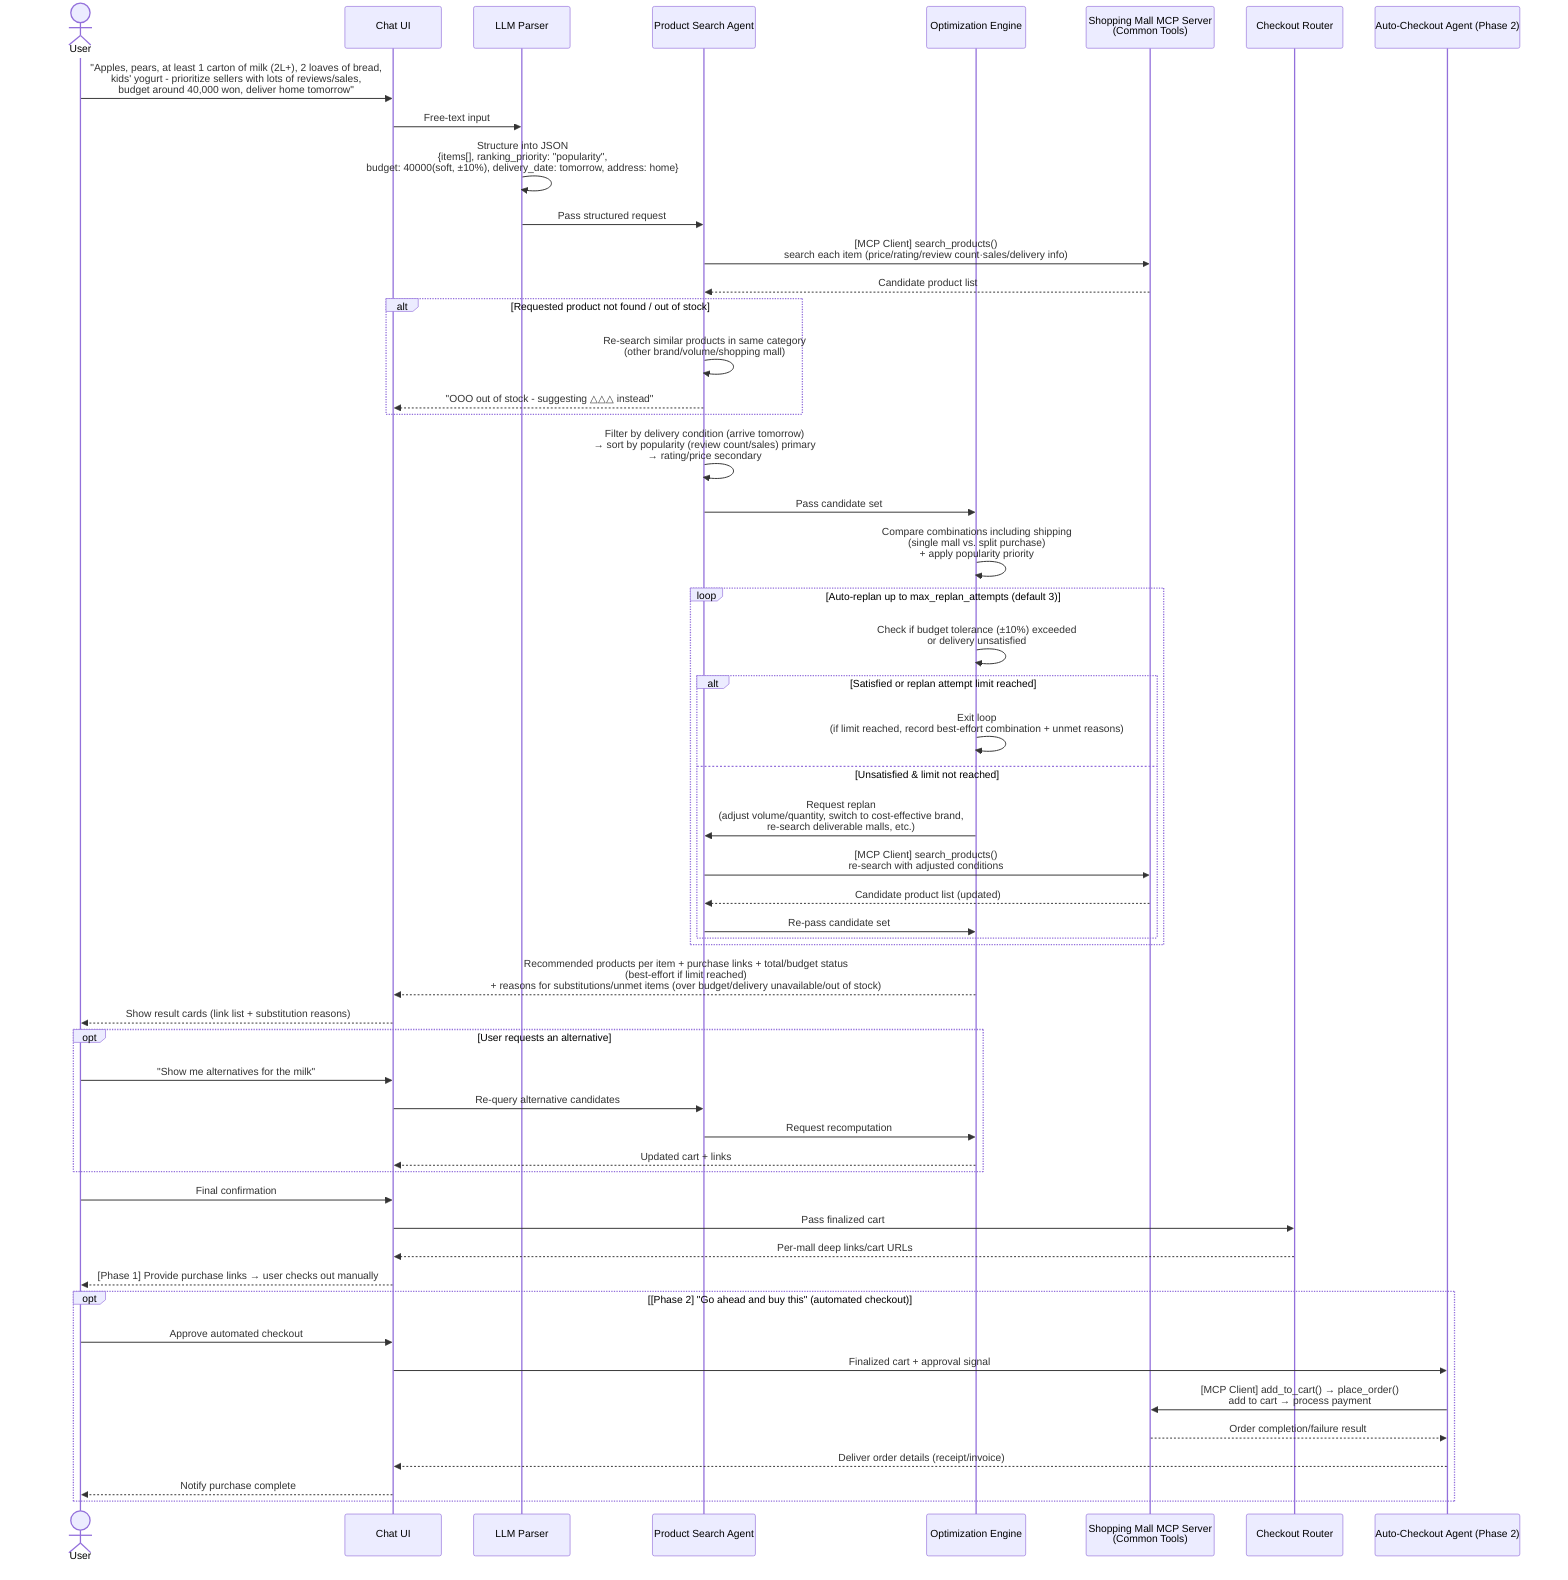
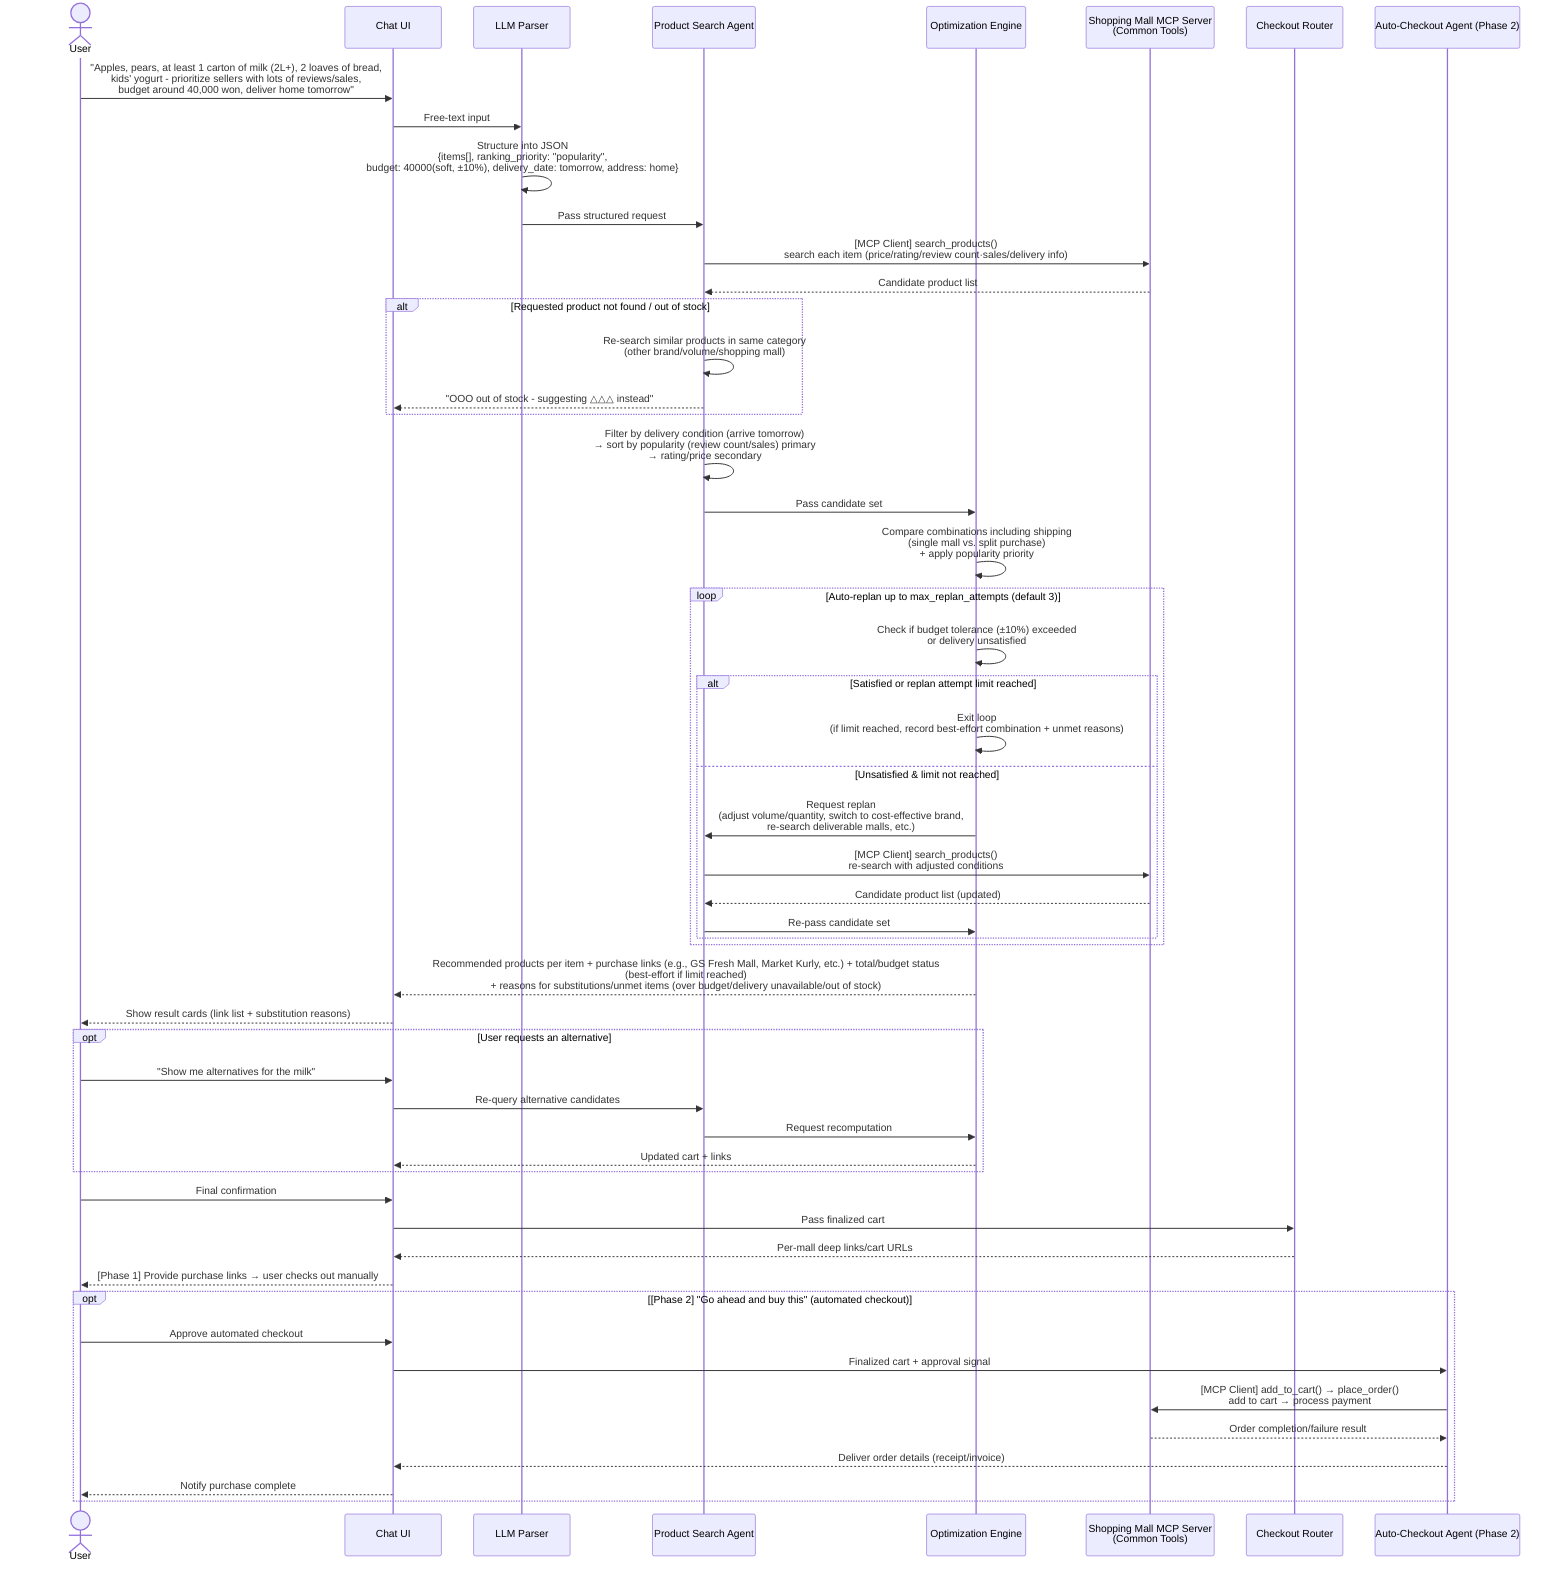
sequenceDiagram
    actor User
    participant UI as Chat UI
    participant Parser as LLM Parser
    participant Search as Product Search Agent
    participant Optimizer as Optimization Engine
    participant Mall as Shopping Mall MCP Server<br/>(Common Tools)
    participant Router as Checkout Router
    participant Purchase as Auto-Checkout Agent (Phase 2)

    User->>UI: "Apples, pears, at least 1 carton of milk (2L+), 2 loaves of bread,<br/>kids' yogurt - prioritize sellers with lots of reviews/sales,<br/>budget around 40,000 won, deliver home tomorrow"
    UI->>Parser: Free-text input
    Parser->>Parser: Structure into JSON<br/>{items[], ranking_priority: "popularity",<br/>budget: 40000(soft, ±10%), delivery_date: tomorrow, address: home}
    Parser->>Search: Pass structured request
    Search->>Mall: [MCP Client] search_products()<br/>search each item (price/rating/review count·sales/delivery info)
    Mall-->>Search: Candidate product list

    alt Requested product not found / out of stock
        Search->>Search: Re-search similar products in same category<br/>(other brand/volume/shopping mall)
        Search-->>UI: "OOO out of stock - suggesting △△△ instead"
    end

    Search->>Search: Filter by delivery condition (arrive tomorrow)<br/>→ sort by popularity (review count/sales) primary<br/>→ rating/price secondary
    Search->>Optimizer: Pass candidate set
    Optimizer->>Optimizer: Compare combinations including shipping<br/>(single mall vs. split purchase)<br/>+ apply popularity priority

    loop Auto-replan up to max_replan_attempts (default 3)
        Optimizer->>Optimizer: Check if budget tolerance (±10%) exceeded<br/>or delivery unsatisfied
        alt Satisfied or replan attempt limit reached
            Optimizer->>Optimizer: Exit loop<br/>(if limit reached, record best-effort combination + unmet reasons)
        else Unsatisfied & limit not reached
            Optimizer->>Search: Request replan<br/>(adjust volume/quantity, switch to cost-effective brand,<br/>re-search deliverable malls, etc.)
            Search->>Mall: [MCP Client] search_products()<br/>re-search with adjusted conditions
            Mall-->>Search: Candidate product list (updated)
            Search->>Optimizer: Re-pass candidate set
        end
    end

-     Optimizer-->>UI: Recommended products per item + purchase links + total/budget status<br/>(best-effort if limit reached)<br/>+ reasons for substitutions/unmet items (over budget/delivery unavailable/out of stock)
+     Optimizer-->>UI: Recommended products per item + purchase links (e.g., GS Fresh Mall, Market Kurly, etc.) + total/budget status<br/>(best-effort if limit reached)<br/>+ reasons for substitutions/unmet items (over budget/delivery unavailable/out of stock)
    UI-->>User: Show result cards (link list + substitution reasons)

    opt User requests an alternative
        User->>UI: "Show me alternatives for the milk"
        UI->>Search: Re-query alternative candidates
        Search->>Optimizer: Request recomputation
        Optimizer-->>UI: Updated cart + links
    end

    User->>UI: Final confirmation
    UI->>Router: Pass finalized cart
    Router-->>UI: Per-mall deep links/cart URLs
    UI-->>User: [Phase 1] Provide purchase links → user checks out manually

    opt [Phase 2] "Go ahead and buy this" (automated checkout)
        User->>UI: Approve automated checkout
        UI->>Purchase: Finalized cart + approval signal
        Purchase->>Mall: [MCP Client] add_to_cart() → place_order()<br/>add to cart → process payment
        Mall-->>Purchase: Order completion/failure result
        Purchase-->>UI: Deliver order details (receipt/invoice)
        UI-->>User: Notify purchase complete
    end
